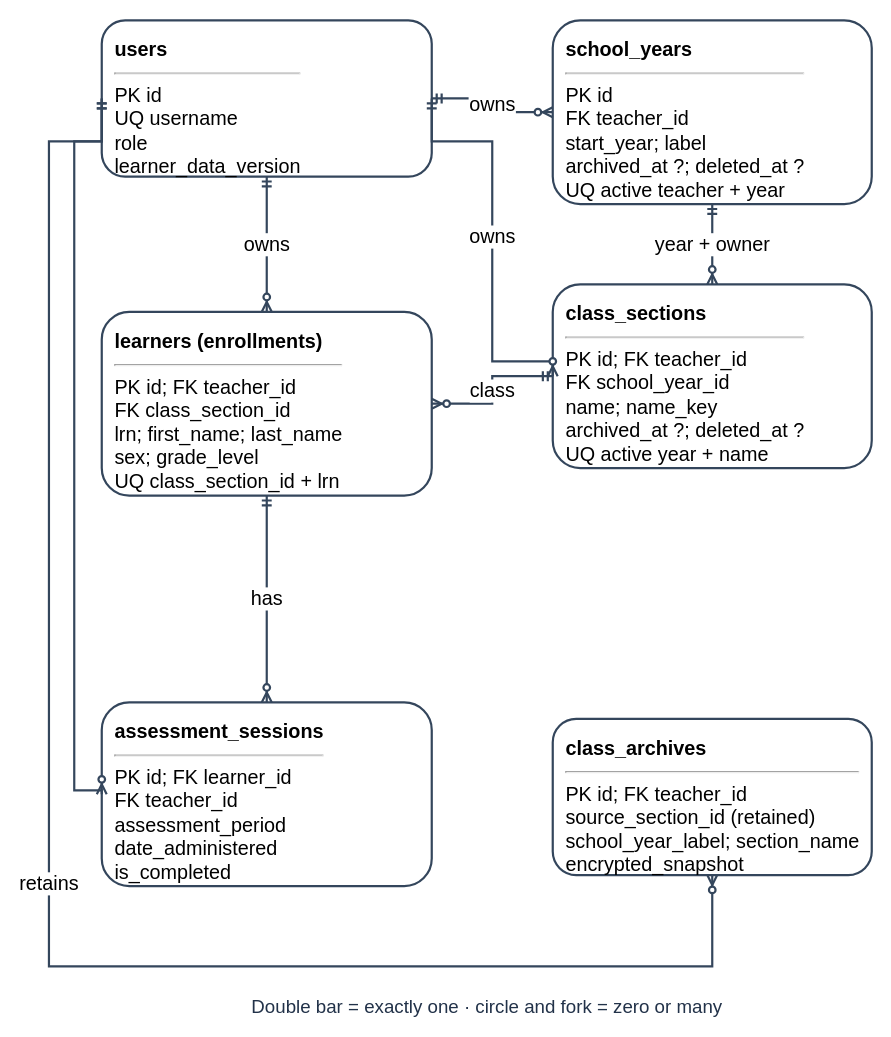
This is docs/diagrams/class-workspaces/figure-24-class-erd.drawio from AkuSayangKamuJudaSayang/crl-app, a draw.io file, before an edit. Source tidied: cells renumbered, new cells numbered last; positions are measured from the earlier drawing's top-left corner, leaving out a move shared by most shapes. Both pictures are drawn from the tidied source at 110%, with x=0, y=0 at pixel (48, 20).
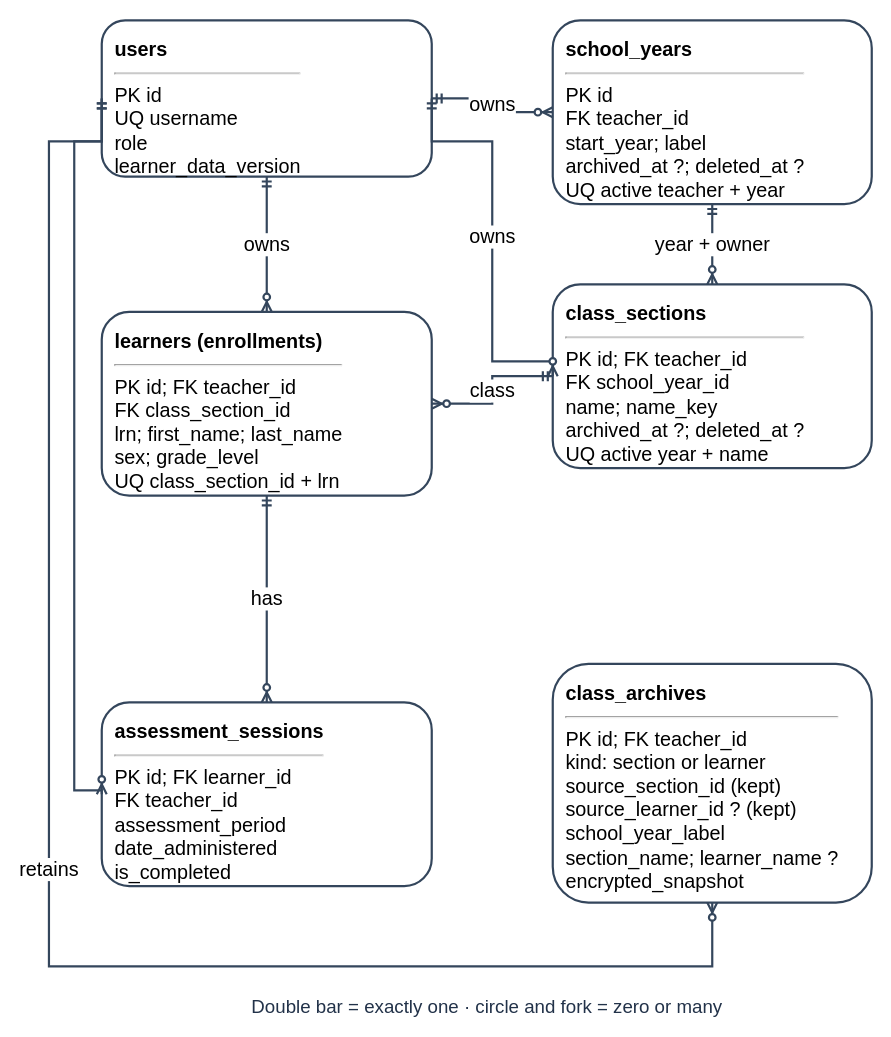
The same diagram, later.

The edit, as a diff of the source:
```diff
@@
-    <mxCell id="8" value="&lt;b&gt;class_archives&lt;/b&gt;&lt;br&gt;&lt;hr&gt;PK id; FK teacher_id&lt;br&gt;source_section_id (retained)&lt;br&gt;school_year_label; section_name&lt;br&gt;encrypted_snapshot" style="rounded=1;html=1;whiteSpace=wrap;fillColor=#ffffff;strokeColor=#34465c;strokeWidth=2;align=left;verticalAlign=top;spacing=12;fontSize=18;" parent="1" vertex="1">
-      <mxGeometry x="458" y="635" width="290" height="142" as="geometry" />
+    <mxCell id="8" value="&lt;b&gt;class_archives&lt;/b&gt;&lt;br&gt;&lt;hr&gt;PK id; FK teacher_id&lt;br&gt;kind: section or learner&lt;br&gt;source_section_id (kept)&lt;br&gt;source_learner_id ? (kept)&lt;br&gt;school_year_label&lt;br&gt;section_name; learner_name ?&lt;br&gt;encrypted_snapshot" style="rounded=1;html=1;whiteSpace=wrap;fillColor=#ffffff;strokeColor=#34465c;strokeWidth=2;align=left;verticalAlign=top;spacing=12;fontSize=18;" parent="1" vertex="1">
+      <mxGeometry x="458" y="585" width="290" height="217" as="geometry" />
     </mxCell>
```
